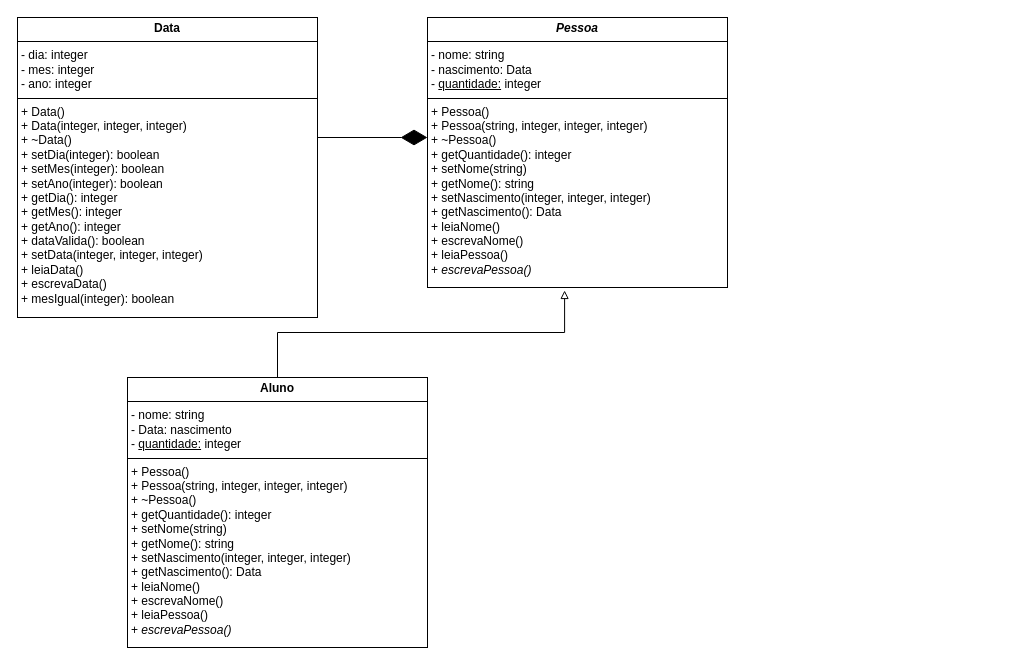
The draw.io diagram Diagrama sem nome.drawio in PaulaNogueiraC/Diagrama-Classes-UML, before the edit. Source tidied: cells renumbered, new cells numbered last; positions are measured from the earlier drawing's top-left corner, leaving out a move shared by most shapes. Both pictures are drawn from the tidied source at 100%, with x=0, y=0 at pixel (17, 17).
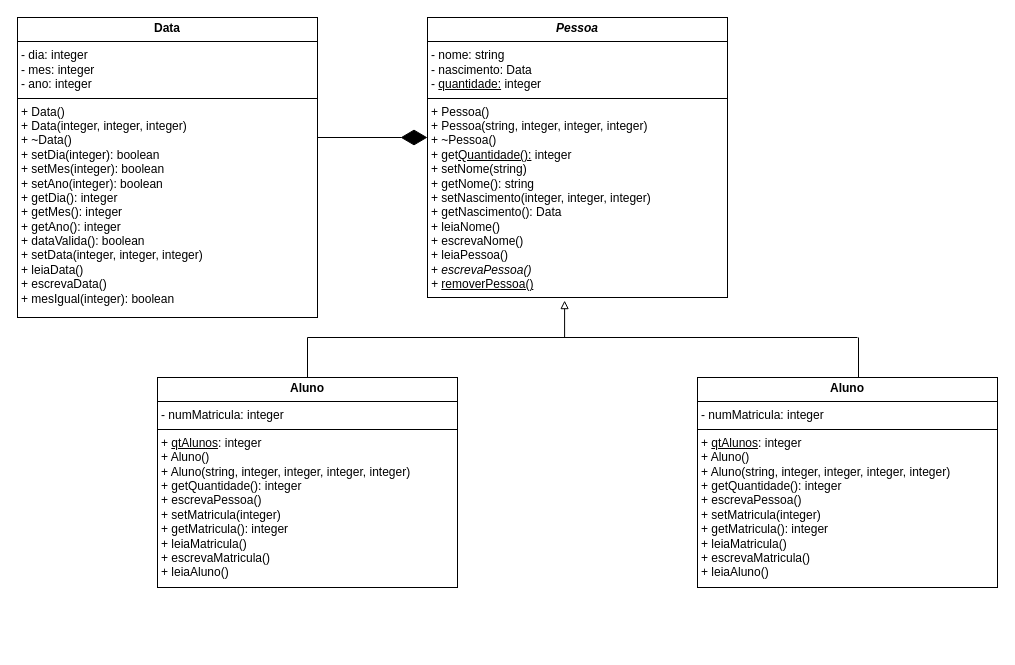
Above is the later version.

Commit message:
classe aluno

The edit, as a diff of the source:
```diff
@@
 <mxGraphModel>
   <root>
     <mxCell id="0" />
     <mxCell id="1" parent="0" />
     <mxCell id="2" value="&lt;p style=&quot;margin:0px;margin-top:4px;text-align:center;&quot;&gt;&lt;b&gt;Data&lt;/b&gt;&lt;/p&gt;&lt;hr size=&quot;1&quot; style=&quot;border-style:solid;&quot;&gt;&lt;p style=&quot;margin:0px;margin-left:4px;&quot;&gt;- dia: integer&lt;/p&gt;&lt;p style=&quot;margin:0px;margin-left:4px;&quot;&gt;- mes: integer&lt;/p&gt;&lt;p style=&quot;margin:0px;margin-left:4px;&quot;&gt;- ano: integer&lt;/p&gt;&lt;hr size=&quot;1&quot; style=&quot;border-style:solid;&quot;&gt;&lt;p style=&quot;margin:0px;margin-left:4px;&quot;&gt;+ Data()&lt;/p&gt;&lt;p style=&quot;margin:0px;margin-left:4px;&quot;&gt;+ Data(integer, integer, integer)&lt;/p&gt;&lt;p style=&quot;margin:0px;margin-left:4px;&quot;&gt;+ ~Data()&lt;/p&gt;&lt;p style=&quot;margin:0px;margin-left:4px;&quot;&gt;&lt;span style=&quot;background-color: initial;&quot;&gt;+ setDia(integer): boolean&lt;/span&gt;&lt;br&gt;&lt;/p&gt;&lt;p style=&quot;margin:0px;margin-left:4px;&quot;&gt;+ setMes(integer): boolean&lt;/p&gt;&lt;p style=&quot;margin:0px;margin-left:4px;&quot;&gt;+ setAno(integer): boolean&lt;/p&gt;&lt;p style=&quot;margin:0px;margin-left:4px;&quot;&gt;+ getDia(): integer&lt;/p&gt;&lt;p style=&quot;margin:0px;margin-left:4px;&quot;&gt;+ getMes(): integer&lt;/p&gt;&lt;p style=&quot;margin:0px;margin-left:4px;&quot;&gt;+ getAno(): integer&lt;/p&gt;&lt;p style=&quot;margin:0px;margin-left:4px;&quot;&gt;+ dataValida(): boolean&lt;/p&gt;&lt;p style=&quot;margin:0px;margin-left:4px;&quot;&gt;+ setData(integer, integer, integer)&lt;/p&gt;&lt;p style=&quot;margin:0px;margin-left:4px;&quot;&gt;+ leiaData()&lt;/p&gt;&lt;p style=&quot;margin:0px;margin-left:4px;&quot;&gt;+ escrevaData()&lt;/p&gt;&lt;p style=&quot;margin:0px;margin-left:4px;&quot;&gt;+ mesIgual(integer): boolean&lt;/p&gt;&lt;p style=&quot;margin:0px;margin-left:4px;&quot;&gt;&lt;br&gt;&lt;/p&gt;&lt;p style=&quot;margin:0px;margin-left:4px;&quot;&gt;&lt;br&gt;&lt;/p&gt;" style="verticalAlign=top;align=left;overflow=fill;html=1;whiteSpace=wrap;" parent="1" vertex="1">
       <mxGeometry width="300" height="300" as="geometry" />
     </mxCell>
-    <mxCell id="3" value="&lt;p style=&quot;margin:0px;margin-top:4px;text-align:center;&quot;&gt;&lt;b&gt;&lt;i&gt;Pessoa&lt;/i&gt;&lt;/b&gt;&lt;/p&gt;&lt;hr size=&quot;1&quot; style=&quot;border-style:solid;&quot;&gt;&lt;p style=&quot;margin:0px;margin-left:4px;&quot;&gt;- nome: string&lt;/p&gt;&lt;p style=&quot;margin:0px;margin-left:4px;&quot;&gt;- nascimento: Data&lt;/p&gt;&lt;p style=&quot;margin:0px;margin-left:4px;&quot;&gt;- &lt;u&gt;quantidade:&lt;/u&gt; integer&lt;/p&gt;&lt;hr size=&quot;1&quot; style=&quot;border-style:solid;&quot;&gt;&lt;p style=&quot;margin:0px;margin-left:4px;&quot;&gt;+ Pessoa()&lt;/p&gt;&lt;p style=&quot;margin:0px;margin-left:4px;&quot;&gt;+ Pessoa(string, integer, integer, integer)&lt;/p&gt;&lt;p style=&quot;margin:0px;margin-left:4px;&quot;&gt;+ ~Pessoa()&lt;/p&gt;&lt;p style=&quot;margin:0px;margin-left:4px;&quot;&gt;+ getQuantidade(): integer&lt;/p&gt;&lt;p style=&quot;margin:0px;margin-left:4px;&quot;&gt;+ setNome(string)&lt;/p&gt;&lt;p style=&quot;margin:0px;margin-left:4px;&quot;&gt;+ getNome(): string&lt;/p&gt;&lt;p style=&quot;margin:0px;margin-left:4px;&quot;&gt;+ setNascimento(integer, integer, integer)&lt;/p&gt;&lt;p style=&quot;margin:0px;margin-left:4px;&quot;&gt;+ getNascimento(): Data&lt;/p&gt;&lt;p style=&quot;margin:0px;margin-left:4px;&quot;&gt;+ leiaNome()&lt;/p&gt;&lt;p style=&quot;margin:0px;margin-left:4px;&quot;&gt;+ escrevaNome()&lt;/p&gt;&lt;p style=&quot;margin:0px;margin-left:4px;&quot;&gt;+ leiaPessoa()&lt;/p&gt;&lt;p style=&quot;margin:0px;margin-left:4px;&quot;&gt;+ &lt;i&gt;escrevaPessoa()&lt;/i&gt;&lt;/p&gt;" style="verticalAlign=top;align=left;overflow=fill;html=1;whiteSpace=wrap;" parent="1" vertex="1">
-      <mxGeometry x="410" width="300" height="270" as="geometry" />
+    <mxCell id="3" value="&lt;p style=&quot;margin:0px;margin-top:4px;text-align:center;&quot;&gt;&lt;b&gt;&lt;i&gt;Pessoa&lt;/i&gt;&lt;/b&gt;&lt;/p&gt;&lt;hr size=&quot;1&quot; style=&quot;border-style:solid;&quot;&gt;&lt;p style=&quot;margin:0px;margin-left:4px;&quot;&gt;- nome: string&lt;/p&gt;&lt;p style=&quot;margin:0px;margin-left:4px;&quot;&gt;- nascimento: Data&lt;/p&gt;&lt;p style=&quot;margin:0px;margin-left:4px;&quot;&gt;- &lt;u&gt;quantidade:&lt;/u&gt; integer&lt;/p&gt;&lt;hr size=&quot;1&quot; style=&quot;border-style:solid;&quot;&gt;&lt;p style=&quot;margin:0px;margin-left:4px;&quot;&gt;+ Pessoa()&lt;/p&gt;&lt;p style=&quot;margin:0px;margin-left:4px;&quot;&gt;+ Pessoa(string, integer, integer, integer)&lt;/p&gt;&lt;p style=&quot;margin:0px;margin-left:4px;&quot;&gt;+ ~Pessoa()&lt;/p&gt;&lt;p style=&quot;margin:0px;margin-left:4px;&quot;&gt;+ get&lt;u&gt;Quantidade():&lt;/u&gt; integer&lt;/p&gt;&lt;p style=&quot;margin:0px;margin-left:4px;&quot;&gt;+ setNome(string)&lt;/p&gt;&lt;p style=&quot;margin:0px;margin-left:4px;&quot;&gt;+ getNome(): string&lt;/p&gt;&lt;p style=&quot;margin:0px;margin-left:4px;&quot;&gt;+ setNascimento(integer, integer, integer)&lt;/p&gt;&lt;p style=&quot;margin:0px;margin-left:4px;&quot;&gt;+ getNascimento(): Data&lt;/p&gt;&lt;p style=&quot;margin:0px;margin-left:4px;&quot;&gt;+ leiaNome()&lt;/p&gt;&lt;p style=&quot;margin:0px;margin-left:4px;&quot;&gt;+ escrevaNome()&lt;/p&gt;&lt;p style=&quot;margin:0px;margin-left:4px;&quot;&gt;+ leiaPessoa()&lt;/p&gt;&lt;p style=&quot;margin:0px;margin-left:4px;&quot;&gt;+ &lt;i&gt;escrevaPessoa()&lt;/i&gt;&lt;/p&gt;&lt;p style=&quot;margin:0px;margin-left:4px;&quot;&gt;&lt;i&gt;+&amp;nbsp;&lt;/i&gt;&lt;span style=&quot;background-color: initial;&quot;&gt;&lt;u&gt;removerPessoa()&lt;/u&gt;&lt;/span&gt;&lt;/p&gt;" style="verticalAlign=top;align=left;overflow=fill;html=1;whiteSpace=wrap;" parent="1" vertex="1">
+      <mxGeometry x="410" width="300" height="280" as="geometry" />
     </mxCell>
     <mxCell id="4" style="endArrow=diamondThin;endFill=1;endSize=24;html=1;rounded=0;exitX=1;exitY=0.4;exitDx=0;exitDy=0;exitPerimeter=0;" parent="1" edge="1" source="2">
       <mxGeometry relative="1" as="geometry">
         <mxPoint x="410" y="120" as="targetPoint" />
       </mxGeometry>
     </mxCell>
     <mxCell id="5" style="edgeStyle=orthogonalEdgeStyle;rounded=0;jettySize=auto;html=1;entryX=0.457;entryY=1.011;entryDx=0;entryDy=0;entryPerimeter=0;endArrow=block;endFill=0;" parent="1" edge="1" source="6" target="3">
-      <mxGeometry relative="1" as="geometry" />
+      <mxGeometry relative="1" as="geometry">
+        <Array as="points">
+          <mxPoint x="290" y="320" />
+          <mxPoint x="547" y="320" />
+        </Array>
+      </mxGeometry>
     </mxCell>
-    <mxCell id="6" value="&lt;p style=&quot;margin:0px;margin-top:4px;text-align:center;&quot;&gt;&lt;b&gt;Aluno&lt;/b&gt;&lt;/p&gt;&lt;hr size=&quot;1&quot; style=&quot;border-style:solid;&quot;&gt;&lt;p style=&quot;margin:0px;margin-left:4px;&quot;&gt;- nome: string&lt;/p&gt;&lt;p style=&quot;margin:0px;margin-left:4px;&quot;&gt;- Data: nascimento&lt;/p&gt;&lt;p style=&quot;margin:0px;margin-left:4px;&quot;&gt;- &lt;u&gt;quantidade:&lt;/u&gt; integer&lt;/p&gt;&lt;hr size=&quot;1&quot; style=&quot;border-style:solid;&quot;&gt;&lt;p style=&quot;margin:0px;margin-left:4px;&quot;&gt;+ Pessoa()&lt;/p&gt;&lt;p style=&quot;margin:0px;margin-left:4px;&quot;&gt;+ Pessoa(string, integer, integer, integer)&lt;/p&gt;&lt;p style=&quot;margin:0px;margin-left:4px;&quot;&gt;+ ~Pessoa()&lt;/p&gt;&lt;p style=&quot;margin:0px;margin-left:4px;&quot;&gt;+ getQuantidade(): integer&lt;/p&gt;&lt;p style=&quot;margin:0px;margin-left:4px;&quot;&gt;+ setNome(string)&lt;/p&gt;&lt;p style=&quot;margin:0px;margin-left:4px;&quot;&gt;+ getNome(): string&lt;/p&gt;&lt;p style=&quot;margin:0px;margin-left:4px;&quot;&gt;+ setNascimento(integer, integer, integer)&lt;/p&gt;&lt;p style=&quot;margin:0px;margin-left:4px;&quot;&gt;+ getNascimento(): Data&lt;/p&gt;&lt;p style=&quot;margin:0px;margin-left:4px;&quot;&gt;+ leiaNome()&lt;/p&gt;&lt;p style=&quot;margin:0px;margin-left:4px;&quot;&gt;+ escrevaNome()&lt;/p&gt;&lt;p style=&quot;margin:0px;margin-left:4px;&quot;&gt;+ leiaPessoa()&lt;/p&gt;&lt;p style=&quot;margin:0px;margin-left:4px;&quot;&gt;+ &lt;i&gt;escrevaPessoa()&lt;/i&gt;&lt;/p&gt;" style="verticalAlign=top;align=left;overflow=fill;html=1;whiteSpace=wrap;" parent="1" vertex="1">
-      <mxGeometry x="110" y="360" width="300" height="270" as="geometry" />
+    <mxCell id="6" value="&lt;p style=&quot;margin:0px;margin-top:4px;text-align:center;&quot;&gt;&lt;b&gt;Aluno&lt;/b&gt;&lt;/p&gt;&lt;hr size=&quot;1&quot; style=&quot;border-style:solid;&quot;&gt;&lt;p style=&quot;margin:0px;margin-left:4px;&quot;&gt;- numMatricula: integer&lt;/p&gt;&lt;hr size=&quot;1&quot; style=&quot;border-style:solid;&quot;&gt;&lt;p style=&quot;margin:0px;margin-left:4px;&quot;&gt;+ &lt;u&gt;qtAlunos&lt;/u&gt;: integer&lt;/p&gt;&lt;p style=&quot;margin:0px;margin-left:4px;&quot;&gt;+ Aluno()&lt;/p&gt;&lt;p style=&quot;margin:0px;margin-left:4px;&quot;&gt;+ Aluno(string, integer, integer, integer, integer)&lt;/p&gt;&lt;p style=&quot;margin:0px;margin-left:4px;&quot;&gt;+ getQuantidade(): integer&lt;br&gt;&lt;/p&gt;&lt;p style=&quot;margin:0px;margin-left:4px;&quot;&gt;+ escrevaPessoa()&lt;/p&gt;&lt;p style=&quot;margin:0px;margin-left:4px;&quot;&gt;+ setMatricula(integer)&lt;/p&gt;&lt;p style=&quot;margin:0px;margin-left:4px;&quot;&gt;+ getMatricula(): integer&lt;/p&gt;&lt;p style=&quot;margin:0px;margin-left:4px;&quot;&gt;+ leiaMatricula()&lt;/p&gt;&lt;p style=&quot;margin:0px;margin-left:4px;&quot;&gt;+ escrevaMatricula()&lt;/p&gt;&lt;p style=&quot;margin:0px;margin-left:4px;&quot;&gt;+ leiaAluno()&lt;/p&gt;" style="verticalAlign=top;align=left;overflow=fill;html=1;whiteSpace=wrap;" parent="1" vertex="1">
+      <mxGeometry x="140" y="360" width="300" height="210" as="geometry" />
     </mxCell>
+    <mxCell id="7" value="&lt;p style=&quot;margin:0px;margin-top:4px;text-align:center;&quot;&gt;&lt;b&gt;Aluno&lt;/b&gt;&lt;/p&gt;&lt;hr size=&quot;1&quot; style=&quot;border-style:solid;&quot;&gt;&lt;p style=&quot;margin:0px;margin-left:4px;&quot;&gt;- numMatricula: integer&lt;/p&gt;&lt;hr size=&quot;1&quot; style=&quot;border-style:solid;&quot;&gt;&lt;p style=&quot;margin:0px;margin-left:4px;&quot;&gt;+ &lt;u&gt;qtAlunos&lt;/u&gt;: integer&lt;/p&gt;&lt;p style=&quot;margin:0px;margin-left:4px;&quot;&gt;+ Aluno()&lt;/p&gt;&lt;p style=&quot;margin:0px;margin-left:4px;&quot;&gt;+ Aluno(string, integer, integer, integer, integer)&lt;/p&gt;&lt;p style=&quot;margin:0px;margin-left:4px;&quot;&gt;+ getQuantidade(): integer&lt;br&gt;&lt;/p&gt;&lt;p style=&quot;margin:0px;margin-left:4px;&quot;&gt;+ escrevaPessoa()&lt;/p&gt;&lt;p style=&quot;margin:0px;margin-left:4px;&quot;&gt;+ setMatricula(integer)&lt;/p&gt;&lt;p style=&quot;margin:0px;margin-left:4px;&quot;&gt;+ getMatricula(): integer&lt;/p&gt;&lt;p style=&quot;margin:0px;margin-left:4px;&quot;&gt;+ leiaMatricula()&lt;/p&gt;&lt;p style=&quot;margin:0px;margin-left:4px;&quot;&gt;+ escrevaMatricula()&lt;/p&gt;&lt;p style=&quot;margin:0px;margin-left:4px;&quot;&gt;+ leiaAluno()&lt;/p&gt;" style="verticalAlign=top;align=left;overflow=fill;html=1;whiteSpace=wrap;" parent="1" vertex="1">
+      <mxGeometry x="680" y="360" width="300" height="210" as="geometry" />
+    </mxCell>
+    <mxCell id="8" style="line;strokeWidth=1;fillColor=none;align=left;verticalAlign=middle;spacingTop=-1;spacingLeft=3;spacingRight=3;labelPosition=right;strokeColor=inherit;" parent="1" vertex="1">
+      <mxGeometry x="540" y="310" width="300" height="20" as="geometry" />
+    </mxCell>
+    <mxCell id="9" style="line;strokeWidth=1;fillColor=none;align=left;verticalAlign=middle;spacingTop=-1;spacingLeft=3;spacingRight=3;labelPosition=right;strokeColor=inherit;direction=south;" parent="1" vertex="1">
+      <mxGeometry x="832" y="320" width="18" height="40" as="geometry" />
+    </mxCell>
   </root>
 </mxGraphModel>
```
